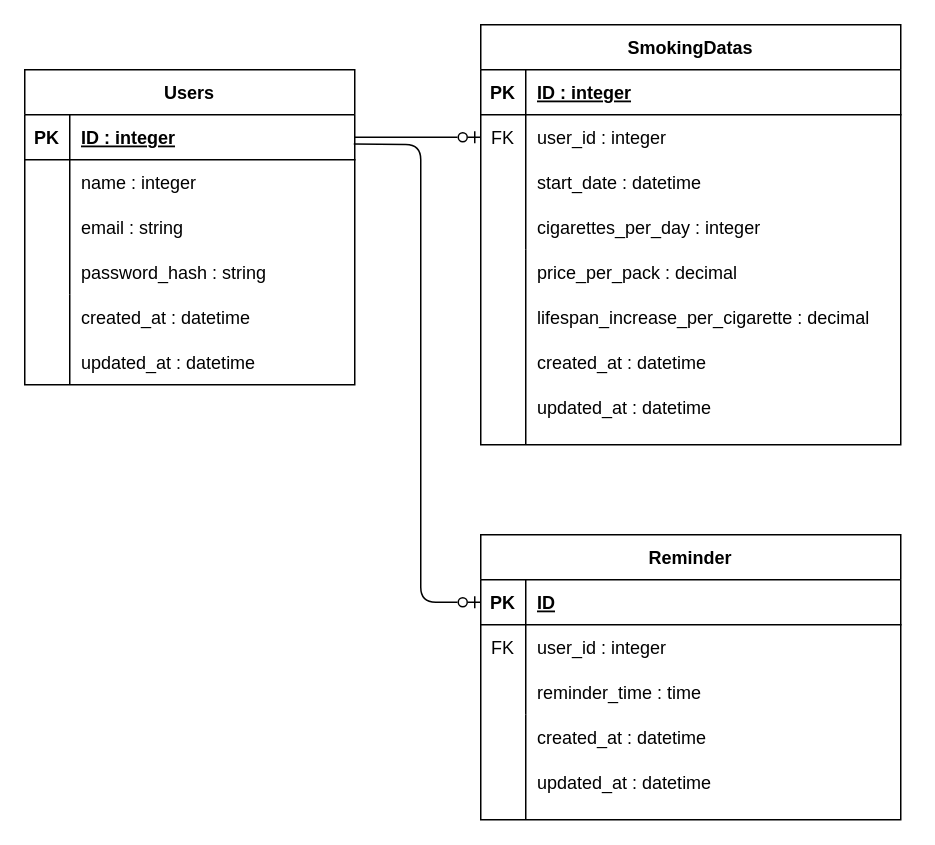
This is er.dio from hoshino1212/portfolio, a draw.io file, before an edit. Source tidied: cells renumbered, new cells numbered last; positions are measured from the earlier drawing's top-left corner, leaving out a move shared by most shapes. Both pictures are drawn from the tidied source at 150%, with x=0, y=0 at pixel (24, 24).
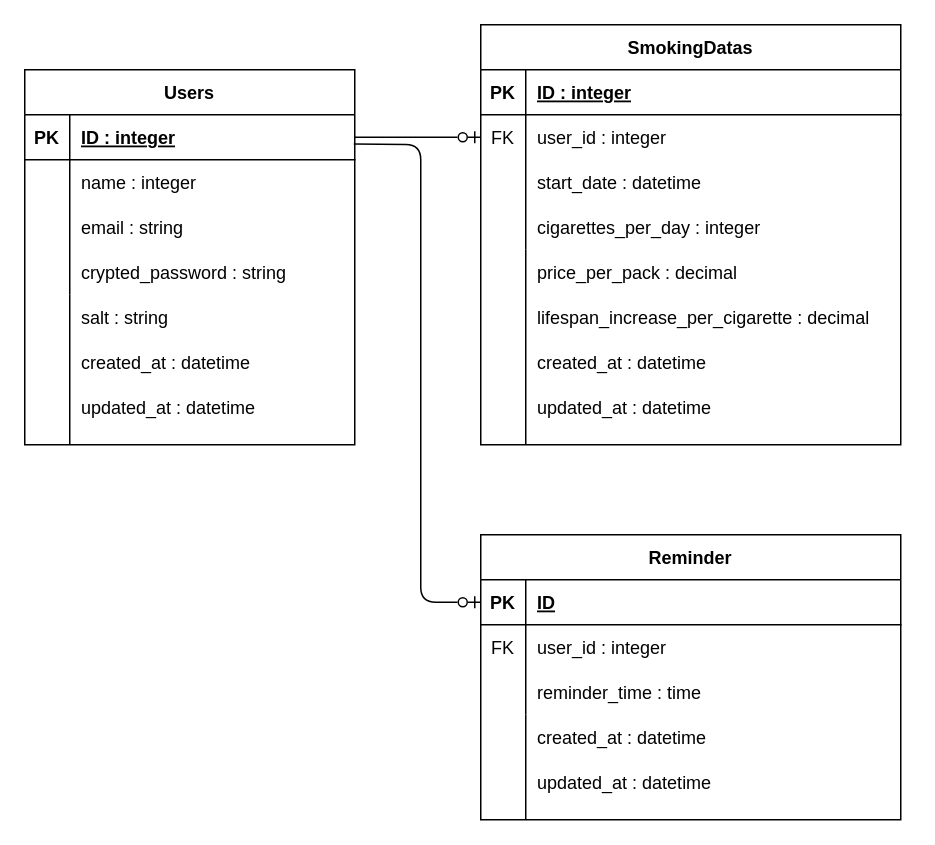
The same diagram, later.

The change refers to these unchanged cells:
```xml
<mxCell id="12" style="shape=tableRow;horizontal=0;startSize=0;swimlaneHead=0;swimlaneBody=0;fillColor=none;top=0;left=0;right=0;bottom=0;" parent="2" vertex="1">
  <mxGeometry y="120" width="220" height="30" as="geometry" />
</mxCell>
<mxCell id="15" style="shape=tableRow;horizontal=0;startSize=0;swimlaneHead=0;swimlaneBody=0;fillColor=none;top=0;left=0;right=0;bottom=0;" parent="1" vertex="1">
  <mxGeometry y="180" width="180" height="30" as="geometry" />
</mxCell>
```

Change to the diagram source:
```diff
@@
     <mxCell id="2" value="Users" style="shape=table;startSize=30;childLayout=tableLayout;rowLines=0;fontStyle=1;align=center;" parent="1" vertex="1">
-      <mxGeometry y="30" width="220" height="210" as="geometry" />
+      <mxGeometry y="30" width="220" height="250" as="geometry" />
     </mxCell>
@@
-    <mxCell id="14" value="password_hash : string" style="shape=partialRectangle;fillColor=none;top=0;left=0;bottom=0;right=0;align=left;spacingLeft=6;overflow=hidden;" parent="12" vertex="1">
+    <mxCell id="14" value="crypted_password : string" style="shape=partialRectangle;fillColor=none;top=0;left=0;bottom=0;right=0;align=left;spacingLeft=6;overflow=hidden;" parent="12" vertex="1">
       <mxGeometry x="30" width="190" height="30" as="geometry" />
     </mxCell>
@@
-    <mxCell id="17" value="created_at : datetime" style="shape=partialRectangle;fillColor=none;top=0;left=0;bottom=0;right=0;align=left;spacingLeft=6;overflow=hidden;strokeColor=default;" parent="15" vertex="1">
-      <mxGeometry x="30" width="150" height="30" as="geometry" />
-    </mxCell>
     <mxCell id="18" value="updated_at : datetime" style="shape=partialRectangle;fillColor=none;top=0;left=0;bottom=0;right=0;align=left;spacingLeft=6;overflow=hidden;strokeColor=default;" parent="1" vertex="1">
-      <mxGeometry x="30" y="210" width="150" height="30" as="geometry" />
+      <mxGeometry x="30" y="240" width="150" height="30" as="geometry" />
     </mxCell>
     <mxCell id="19" style="endArrow=none;html=1;" parent="1" edge="1">
       <mxGeometry relative="1" as="geometry">
-        <mxPoint x="30" y="240" as="sourcePoint" />
+        <mxPoint x="30" y="280" as="sourcePoint" />
         <mxPoint x="30" y="180" as="targetPoint" />
       </mxGeometry>
     </mxCell>
@@
+    <mxCell id="53" value="salt : string" style="shape=partialRectangle;fillColor=none;top=0;left=0;bottom=0;right=0;align=left;spacingLeft=6;overflow=hidden;" parent="1" vertex="1">
+      <mxGeometry x="30" y="180" width="190" height="30" as="geometry" />
+    </mxCell>
+    <mxCell id="17" value="created_at : datetime" style="shape=partialRectangle;fillColor=none;top=0;left=0;bottom=0;right=0;align=left;spacingLeft=6;overflow=hidden;strokeColor=default;" parent="1" vertex="1">
+      <mxGeometry x="30" y="210" width="150" height="30" as="geometry" />
+    </mxCell>
```
